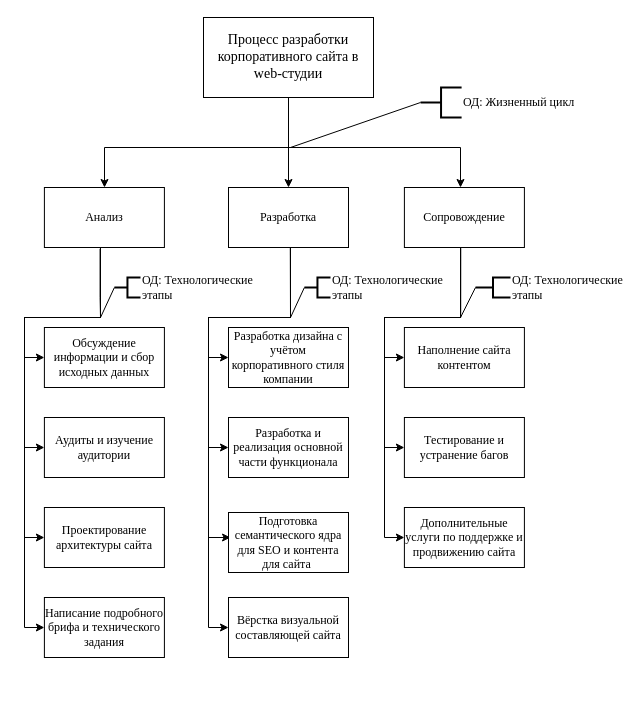
This is page "Модель Состава" (2 of 7) of 3 курс/5 семестр/ТСиСА/Курсовая/модели2ч.drawio from Luzinsan/tusur, a draw.io file, before an edit. Source tidied: cells renumbered, new cells numbered last; positions are measured from the earlier drawing's top-left corner, leaving out a move shared by most shapes. Both pictures are drawn from the tidied source at 100%, with x=0, y=0 at pixel (24, 17).
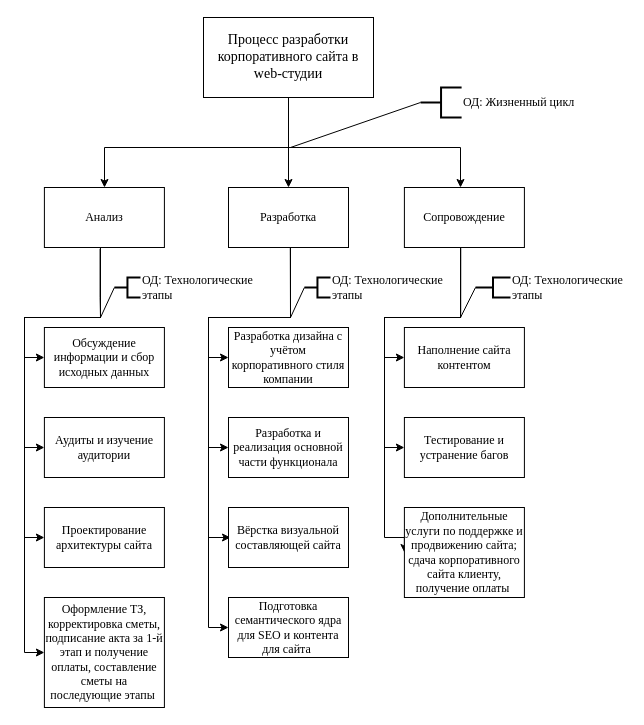
The same diagram, later.

The change refers to these unchanged cells:
```xml
<mxCell id="15" value="Разработка" style="whiteSpace=wrap;html=1;fontFamily=Times New Roman;" parent="1" vertex="1">
  <mxGeometry x="204" y="170" width="120" height="60" as="geometry" />
</mxCell>
```

The edit, as a diff of the source:
```diff
@@
-    <mxCell id="13" style="edgeStyle=orthogonalEdgeStyle;rounded=0;jettySize=auto;html=1;exitX=0.5;exitY=1;exitDx=0;exitDy=0;entryX=0.017;entryY=0.417;entryDx=0;entryDy=0;fontFamily=Times New Roman;entryPerimeter=0;" parent="1" edge="1" source="15" target="37">
+    <mxCell id="13" style="edgeStyle=orthogonalEdgeStyle;rounded=0;jettySize=auto;html=1;exitX=0.5;exitY=1;exitDx=0;exitDy=0;entryX=0.017;entryY=0.417;entryDx=0;entryDy=0;fontFamily=Times New Roman;entryPerimeter=0;" parent="1" edge="1" source="15">
       <mxGeometry relative="1" as="geometry">
+        <mxPoint x="206" y="520" as="targetPoint" />
         <Array as="points">
           <mxPoint x="266" y="230" />
           <mxPoint x="266" y="300" />
           <mxPoint x="184" y="300" />
           <mxPoint x="184" y="520" />
         </Array>
       </mxGeometry>
     </mxCell>
-    <mxCell id="14" style="edgeStyle=orthogonalEdgeStyle;rounded=0;jettySize=auto;html=1;entryX=0;entryY=0.5;entryDx=0;entryDy=0;fontFamily=Times New Roman;fontSize=14;" parent="1" edge="1" source="15" target="25">
+    <mxCell id="14" style="edgeStyle=orthogonalEdgeStyle;rounded=0;jettySize=auto;html=1;entryX=0;entryY=0.5;entryDx=0;entryDy=0;fontFamily=Times New Roman;fontSize=14;" parent="1" edge="1" source="15">
       <mxGeometry relative="1" as="geometry">
+        <mxPoint x="204" y="610" as="targetPoint" />
         <Array as="points">
           <mxPoint x="266" y="300" />
           <mxPoint x="184" y="300" />
           <mxPoint x="184" y="610" />
         </Array>
       </mxGeometry>
     </mxCell>
@@
-    <mxCell id="21" value="Написание подробного брифа и технического задания" style="whiteSpace=wrap;html=1;fontFamily=Times New Roman;" parent="1" vertex="1">
-      <mxGeometry x="19.9" y="580" width="120" height="60" as="geometry" />
+    <mxCell id="21" value="Оформление ТЗ, корректировка сметы, подписание акта за 1-й этап и получение оплаты, составление сметы на последующие этапы&amp;nbsp;" style="whiteSpace=wrap;html=1;fontFamily=Times New Roman;" parent="1" vertex="1">
+      <mxGeometry x="19.9" y="580" width="120" height="110" as="geometry" />
     </mxCell>
@@
-    <mxCell id="25" value="Вёрстка визуальной составляющей сайта" style="whiteSpace=wrap;html=1;fontFamily=Times New Roman;" parent="1" vertex="1">
-      <mxGeometry x="204" y="580" width="120" height="60" as="geometry" />
-    </mxCell>
@@
-    <mxCell id="27" value="Дополнительные услуги по поддержке и продвижению сайта" style="whiteSpace=wrap;html=1;fontFamily=Times New Roman;" parent="1" vertex="1">
-      <mxGeometry x="379.9" y="490" width="120" height="60" as="geometry" />
+    <mxCell id="27" value="Дополнительные услуги по поддержке и продвижению сайта; сдача корпоративного сайта клиенту, получение оплаты&amp;nbsp;" style="whiteSpace=wrap;html=1;fontFamily=Times New Roman;" parent="1" vertex="1">
+      <mxGeometry x="379.9" y="490" width="120" height="90" as="geometry" />
     </mxCell>
@@
+    <mxCell id="38" value="Наполнение сайта контентом" style="whiteSpace=wrap;html=1;fontFamily=Times New Roman;" parent="1" vertex="1">
+      <mxGeometry x="379.9" y="310" width="120" height="60" as="geometry" />
+    </mxCell>
     <mxCell id="37" value="Подготовка семантического ядра для SEO и контента для сайта&amp;nbsp;" style="whiteSpace=wrap;html=1;fontFamily=Times New Roman;fontSize=12;" parent="1" vertex="1">
-      <mxGeometry x="204" y="495" width="120" height="60" as="geometry" />
+      <mxGeometry x="204" y="580" width="120" height="60" as="geometry" />
     </mxCell>
-    <mxCell id="38" value="Наполнение сайта контентом" style="whiteSpace=wrap;html=1;fontFamily=Times New Roman;" parent="1" vertex="1">
-      <mxGeometry x="379.9" y="310" width="120" height="60" as="geometry" />
-    </mxCell>
+    <mxCell id="25" value="Вёрстка визуальной составляющей сайта" style="whiteSpace=wrap;html=1;fontFamily=Times New Roman;" parent="1" vertex="1">
+      <mxGeometry x="204" y="490" width="120" height="60" as="geometry" />
+    </mxCell>
```
